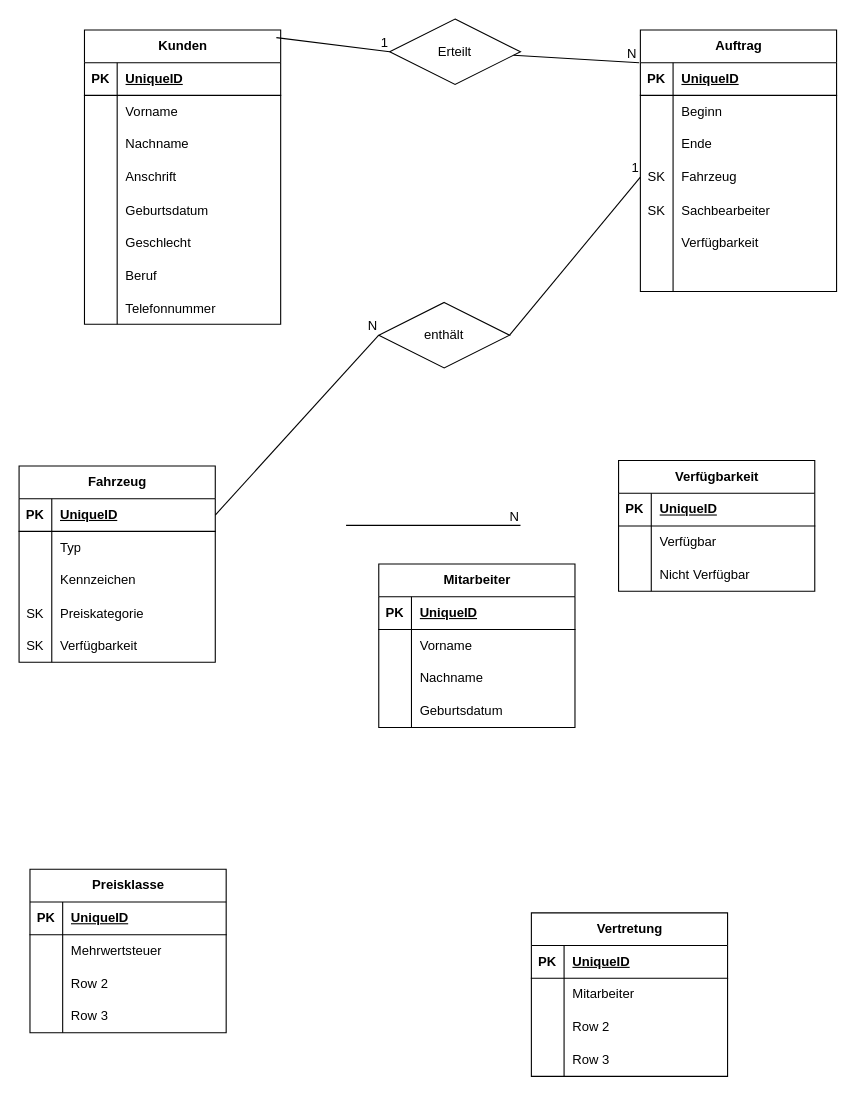
Earlier version of the draw.io diagram aufgabe3.drawio (SiMoNeNeNe/SQL-Transport). Source tidied: cells renumbered, new cells numbered last; positions are measured from the earlier drawing's top-left corner, leaving out a move shared by most shapes. Both pictures are drawn from the tidied source at 109%, with x=0, y=0 at pixel (19, 19).
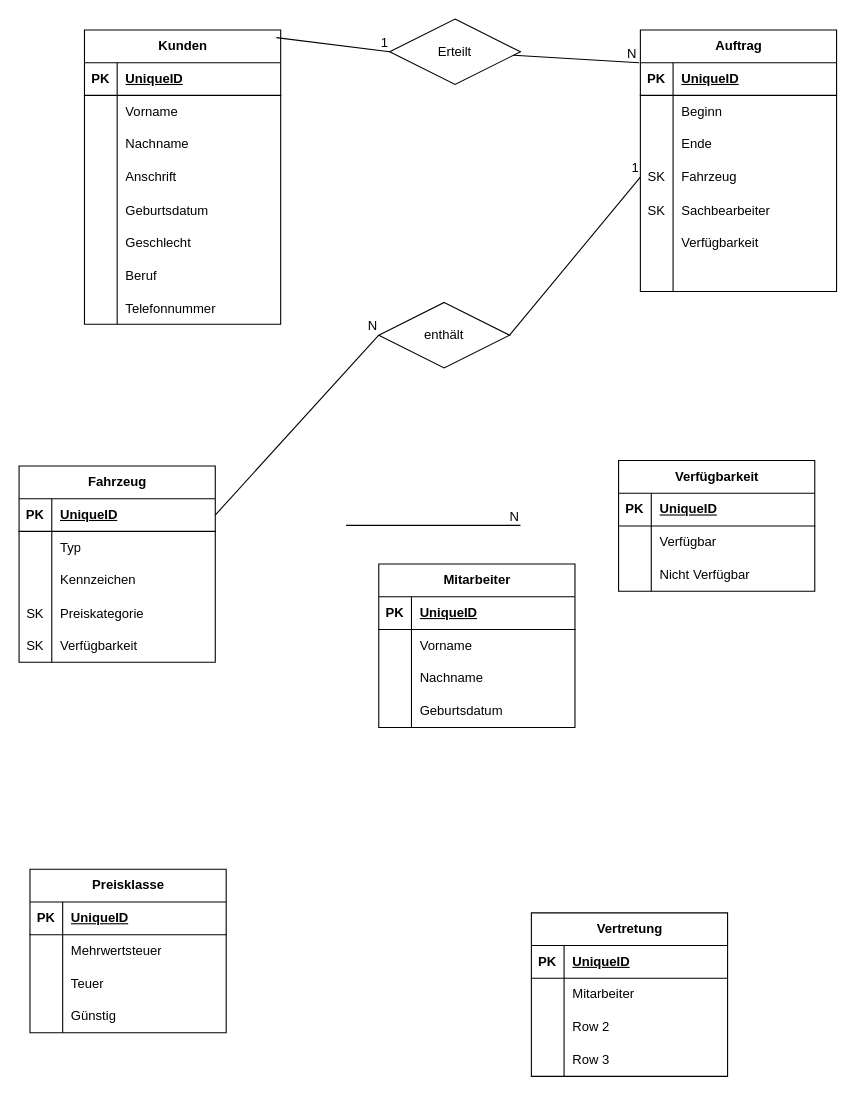
Above is the later version.

Unchanged cells that the change refers to:
```xml
<mxCell id="98" style="shape=tableRow;horizontal=0;startSize=0;swimlaneHead=0;swimlaneBody=0;fillColor=none;top=0;left=0;right=0;bottom=0;" parent="91" vertex="1">
  <mxGeometry y="90" width="180" height="30" as="geometry" />
</mxCell>
<mxCell id="101" style="shape=tableRow;horizontal=0;startSize=0;swimlaneHead=0;swimlaneBody=0;fillColor=none;top=0;left=0;right=0;bottom=0;" parent="91" vertex="1">
  <mxGeometry y="120" width="180" height="30" as="geometry" />
</mxCell>
```

What changed in the source:
```diff
@@
-    <mxCell id="100" value="Row 2" style="shape=partialRectangle;fillColor=none;top=0;left=0;bottom=0;right=0;align=left;spacingLeft=6;overflow=hidden;whiteSpace=wrap;html=1;" parent="98" vertex="1">
+    <mxCell id="100" value="Teuer" style="shape=partialRectangle;fillColor=none;top=0;left=0;bottom=0;right=0;align=left;spacingLeft=6;overflow=hidden;whiteSpace=wrap;html=1;" parent="98" vertex="1">
       <mxGeometry x="30" width="150" height="30" as="geometry" />
     </mxCell>
@@
-    <mxCell id="103" value="Row 3" style="shape=partialRectangle;fillColor=none;top=0;left=0;bottom=0;right=0;align=left;spacingLeft=6;overflow=hidden;whiteSpace=wrap;html=1;" parent="101" vertex="1">
+    <mxCell id="103" value="Günstig" style="shape=partialRectangle;fillColor=none;top=0;left=0;bottom=0;right=0;align=left;spacingLeft=6;overflow=hidden;whiteSpace=wrap;html=1;" parent="101" vertex="1">
       <mxGeometry x="30" width="150" height="30" as="geometry" />
     </mxCell>
```
